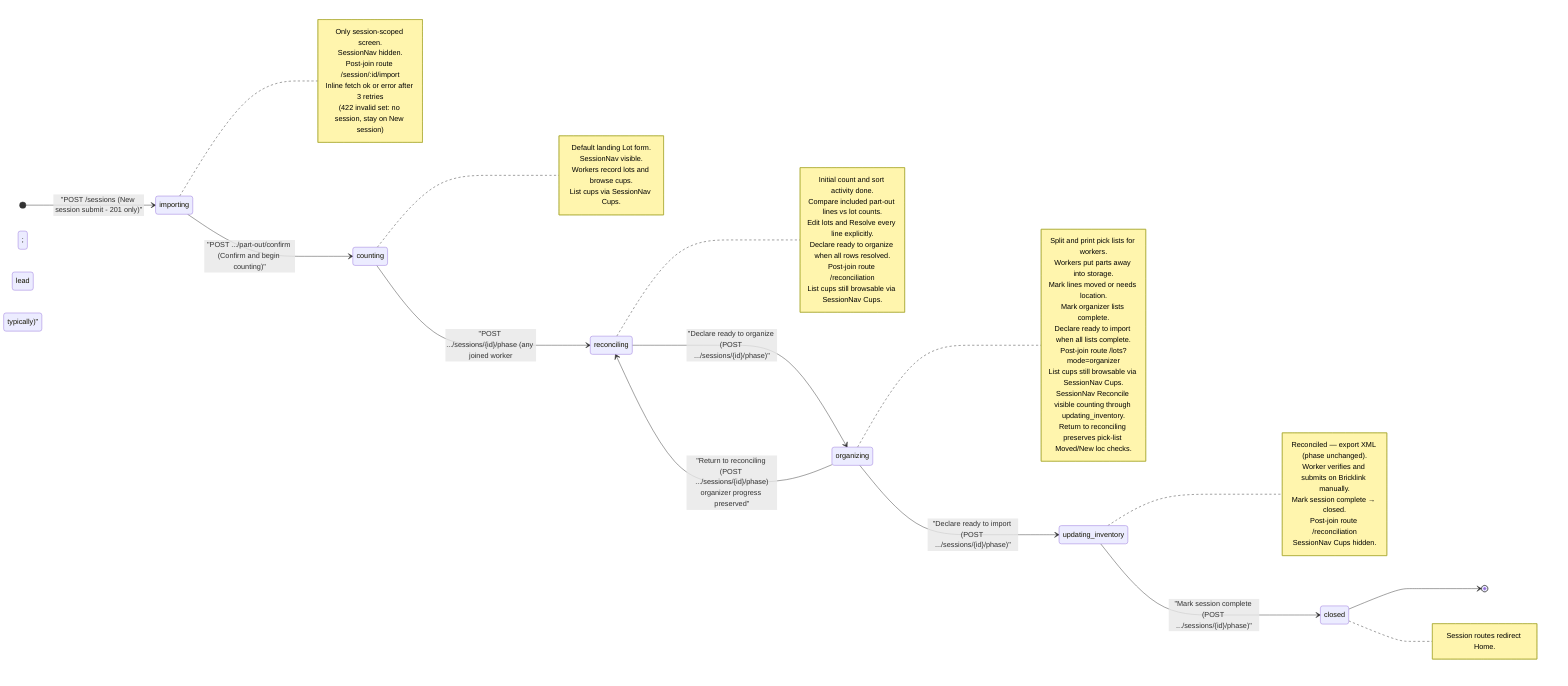
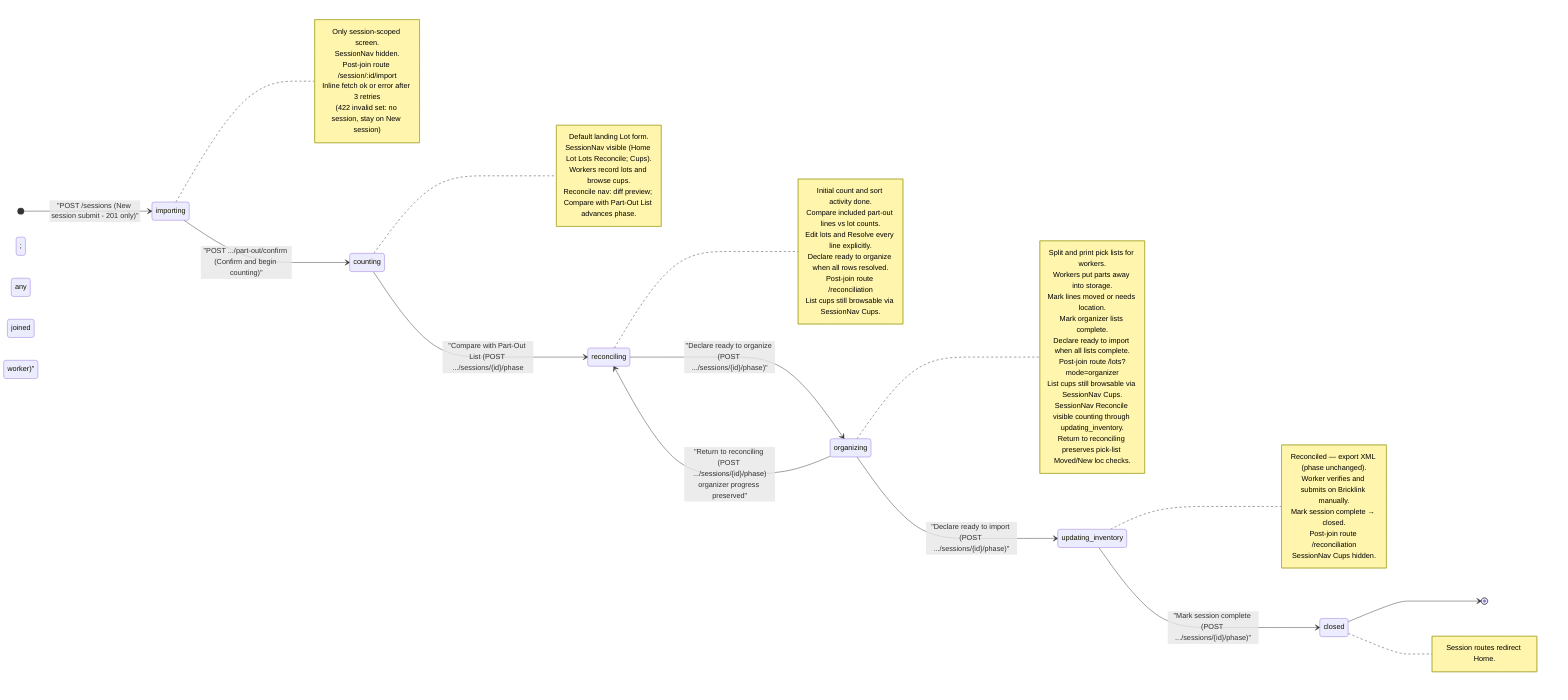
%% Session phase state machine
%% Sources: docs/view-specs/home.md, new-session.md, part-out-import.md, part-out-reconciliation.md,
%%          list-cups.md, list-lots.md, feature/part-out-coordinator/product-spec.md
%%
%% XML export and Bricklink mass update occur in updating_inventory, after organizing.

stateDiagram-v2
    direction LR

    [*] --> importing: "POST /sessions (New session submit - 201 only)"
    importing --> counting: "POST .../part-out/confirm (Confirm and begin counting)"
-     counting --> reconciling: "POST .../sessions/{id}/phase (any joined worker; lead typically)"
+     counting --> reconciling: "Compare with Part-Out List (POST .../sessions/{id}/phase; any joined worker)"
    reconciling --> organizing: "Declare ready to organize (POST .../sessions/{id}/phase)"
    organizing --> updating_inventory: "Declare ready to import (POST .../sessions/{id}/phase)"
    organizing --> reconciling: "Return to reconciling (POST .../sessions/{id}/phase)<br>organizer progress preserved"
    updating_inventory --> closed: "Mark session complete (POST .../sessions/{id}/phase)"
    closed --> [*]

    note right of importing
        Only session-scoped screen.
        SessionNav hidden.
        Post-join route /session/:id/import
        Inline fetch ok or error after 3 retries
        (422 invalid set: no session, stay on New session)
    end note

    note right of counting
        Default landing Lot form.
-         SessionNav visible.
+         SessionNav visible (Home Lot Lots Reconcile; Cups).
        Workers record lots and browse cups.
-         List cups via SessionNav Cups.
+         Reconcile nav: diff preview; Compare with Part-Out List advances phase.
    end note

    note right of reconciling
        Initial count and sort activity done.
        Compare included part-out lines vs lot counts.
        Edit lots and Resolve every line explicitly.
        Declare ready to organize when all rows resolved.
        Post-join route /reconciliation
        List cups still browsable via SessionNav Cups.
    end note

    note right of organizing
        Split and print pick lists for workers.
        Workers put parts away into storage.
        Mark lines moved or needs location.
        Mark organizer lists complete.
        Declare ready to import when all lists complete.
        Post-join route /lots?mode=organizer
        List cups still browsable via SessionNav Cups.
        SessionNav Reconcile visible counting through updating_inventory.
        Return to reconciling preserves pick-list Moved/New loc checks.
    end note

    note right of closed
        Session routes redirect Home.
    end note

    note right of updating_inventory
        Reconciled — export XML (phase unchanged).
        Worker verifies and submits on Bricklink manually.
        Mark session complete → closed.
        Post-join route /reconciliation
        SessionNav Cups hidden.
    end note
